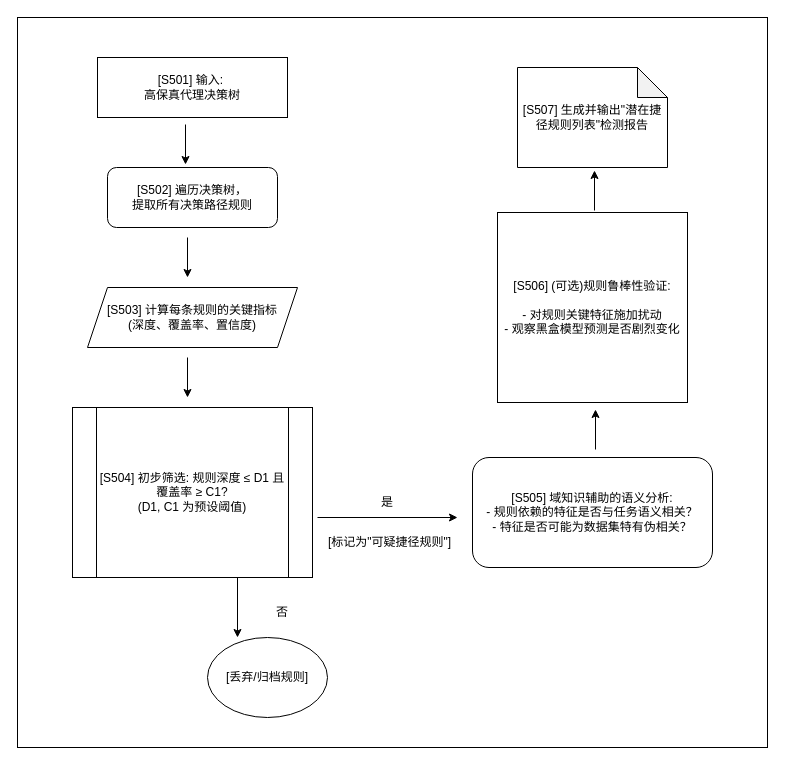
This is 05.drawio from Jerrywjr/ISE_microfossil, a draw.io file, before an edit. Source tidied: cells renumbered, new cells numbered last; positions are measured from the earlier drawing's top-left corner, leaving out a move shared by most shapes. Both pictures are drawn from the tidied source at 100%, with x=0, y=0 at pixel (17, 17).
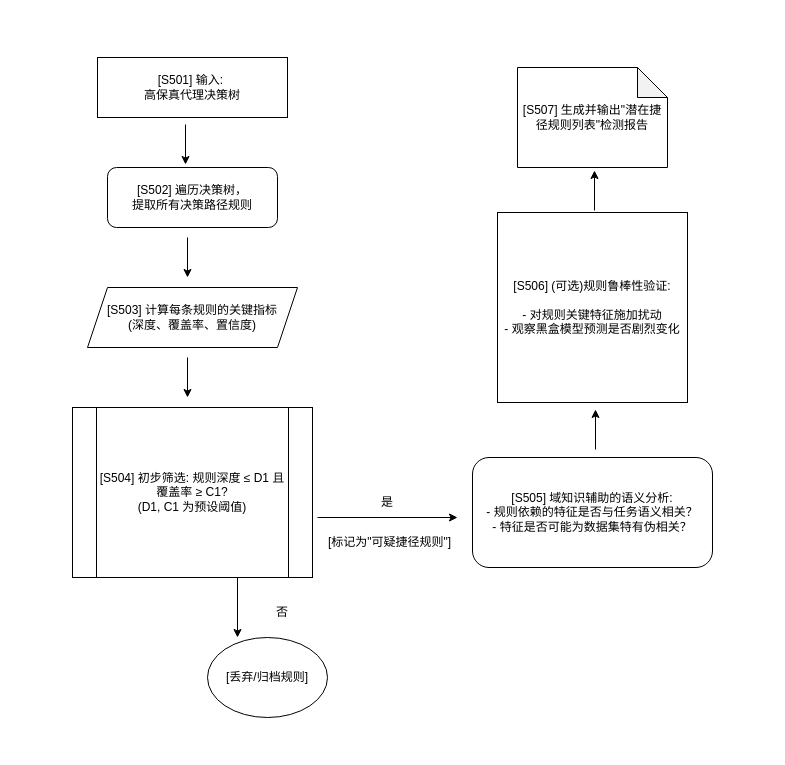
The same page after the edit.

Diff of the diagram source:
```diff
@@
-    <mxCell id="20" style="rounded=0;whiteSpace=wrap;html=1;fillColor=none;" parent="1" vertex="1">
-      <mxGeometry width="750" height="730" as="geometry" />
-    </mxCell>
```
